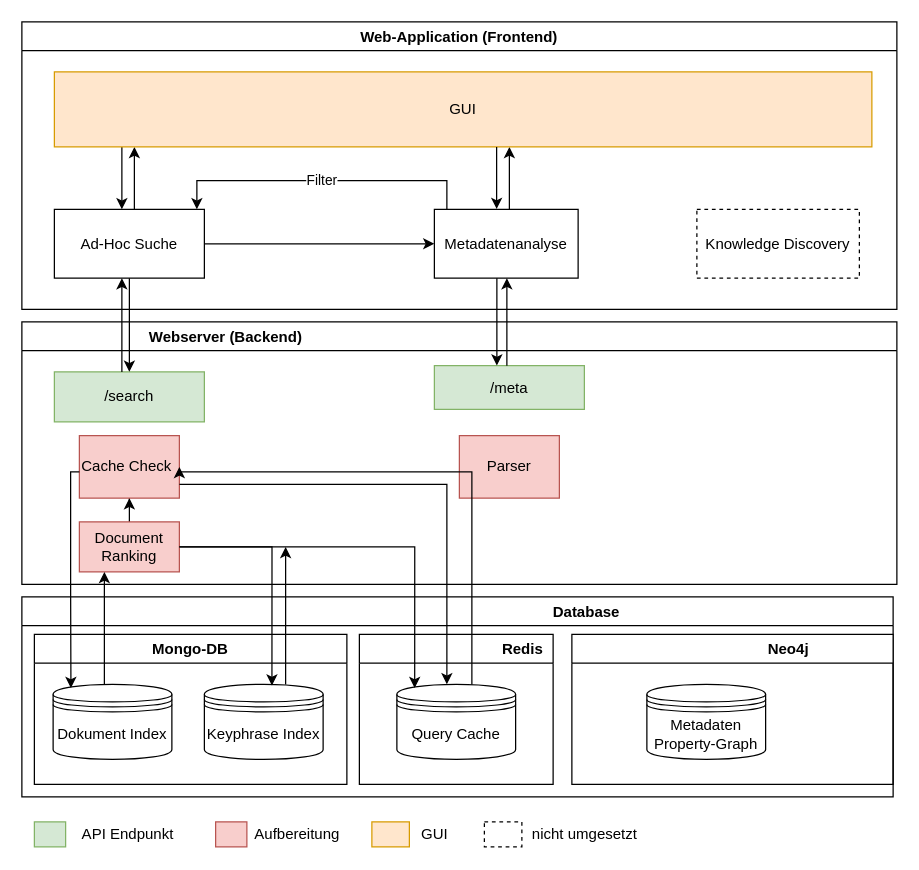
Earlier version of the draw.io diagram doc/search_engine_design.drawio (tobiaskortus/covid19-search). Source tidied: cells renumbered, new cells numbered last; positions are measured from the earlier drawing's top-left corner, leaving out a move shared by most shapes. Both pictures are drawn from the tidied source at 125%, with x=0, y=0 at pixel (21, 21).
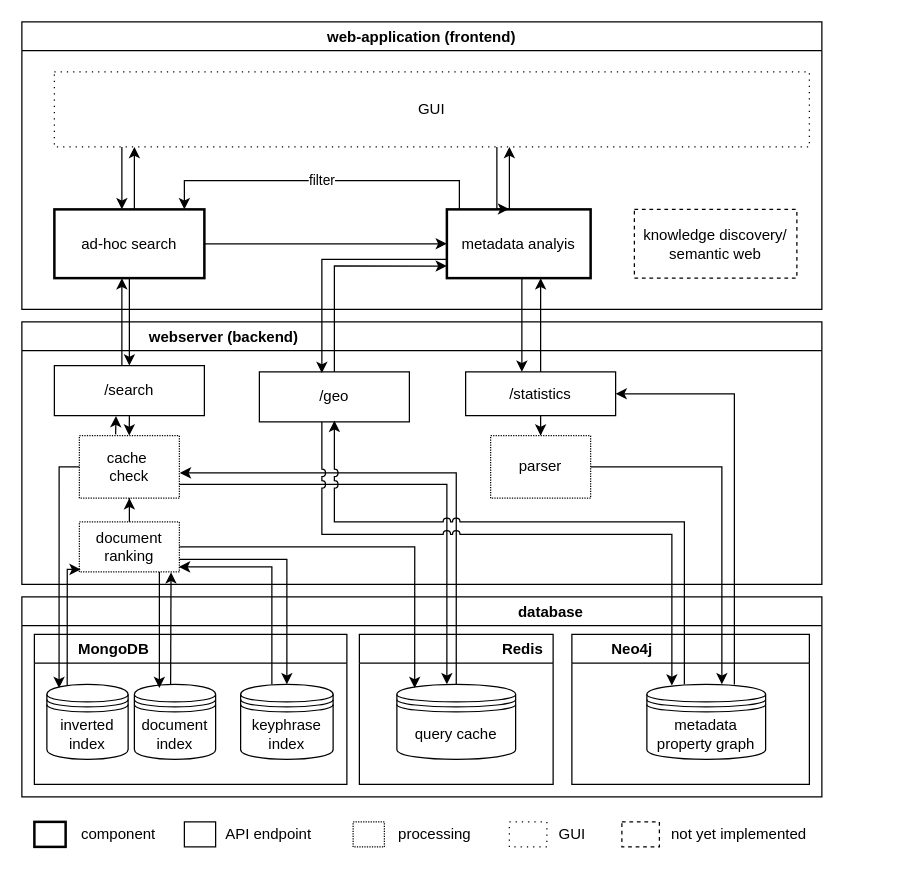
Above is the later version.

Commit message (it also covers changes not shown here):
added architecture to main README.md + updated multiple graphics

The change refers to these unchanged cells:
```xml
<mxCell id="8" value="                                Redis" style="swimlane;" parent="2" vertex="1">
  <mxGeometry x="270" y="30" width="155" height="120" as="geometry" />
</mxCell>
```

Diff of the diagram source:
```diff
@@
-    <mxCell id="2" value="                                                              Database" style="swimlane;" parent="1" vertex="1">
-      <mxGeometry y="460" width="697" height="160" as="geometry" />
+    <mxCell id="2" value="                                                              database" style="swimlane;" parent="1" vertex="1">
+      <mxGeometry y="460" width="640" height="160" as="geometry" />
     </mxCell>
-    <mxCell id="3" value="Mongo-DB" style="swimlane;" parent="2" vertex="1">
+    <mxCell id="3" value="          MongoDB" style="swimlane;align=left;" parent="2" vertex="1">
       <mxGeometry x="10" y="30" width="250" height="120" as="geometry" />
     </mxCell>
-    <mxCell id="4" value="Dokument Index" style="shape=datastore;whiteSpace=wrap;html=1;" parent="3" vertex="1">
-      <mxGeometry x="15" y="40" width="95" height="60" as="geometry" />
+    <mxCell id="4" value="document&lt;br&gt;index" style="shape=datastore;whiteSpace=wrap;html=1;" parent="3" vertex="1">
+      <mxGeometry x="80" y="40" width="65" height="60" as="geometry" />
     </mxCell>
-    <mxCell id="5" value="Keyphrase Index" style="shape=datastore;whiteSpace=wrap;html=1;" parent="3" vertex="1">
-      <mxGeometry x="136" y="40" width="95" height="60" as="geometry" />
+    <mxCell id="5" value="keyphrase&lt;br&gt;index" style="shape=datastore;whiteSpace=wrap;html=1;" parent="3" vertex="1">
+      <mxGeometry x="165" y="40" width="74" height="60" as="geometry" />
     </mxCell>
+    <mxCell id="47" value="inverted&lt;br&gt;index" style="shape=datastore;whiteSpace=wrap;html=1;" parent="3" vertex="1">
+      <mxGeometry x="10" y="40" width="65" height="60" as="geometry" />
+    </mxCell>
-    <mxCell id="6" value="                           Neo4j" style="swimlane;" parent="2" vertex="1">
-      <mxGeometry x="440" y="30" width="257" height="120" as="geometry" />
+    <mxCell id="6" value="         Neo4j" style="swimlane;align=left;" parent="2" vertex="1">
+      <mxGeometry x="440" y="30" width="190" height="120" as="geometry" />
     </mxCell>
-    <mxCell id="7" value="Metadaten Property-Graph" style="shape=datastore;whiteSpace=wrap;html=1;" parent="6" vertex="1">
+    <mxCell id="7" value="metadata property graph" style="shape=datastore;whiteSpace=wrap;html=1;" parent="6" vertex="1">
       <mxGeometry x="60" y="40" width="95" height="60" as="geometry" />
     </mxCell>
@@
-    <mxCell id="9" value="Query Cache" style="shape=datastore;whiteSpace=wrap;html=1;" parent="8" vertex="1">
+    <mxCell id="9" value="query cache" style="shape=datastore;whiteSpace=wrap;html=1;" parent="8" vertex="1">
       <mxGeometry x="30" y="40" width="95" height="60" as="geometry" />
     </mxCell>
-    <mxCell id="10" value="                              Webserver (Backend)" style="swimlane;align=left;" parent="1" vertex="1">
-      <mxGeometry y="240" width="700" height="210" as="geometry" />
+    <mxCell id="10" value="                              webserver (backend)" style="swimlane;align=left;" parent="1" vertex="1">
+      <mxGeometry y="240" width="640" height="210" as="geometry" />
     </mxCell>
@@
-    <mxCell id="12" value="Document Ranking" style="rounded=0;whiteSpace=wrap;html=1;fillColor=#f8cecc;strokeColor=#b85450;" parent="10" vertex="1">
+    <mxCell id="12" value="document&lt;br&gt;ranking" style="rounded=0;whiteSpace=wrap;html=1;dashed=1;dashPattern=1 1;" parent="10" vertex="1">
       <mxGeometry x="46" y="160" width="80" height="40" as="geometry" />
     </mxCell>
-    <mxCell id="13" value="/search" style="rounded=0;whiteSpace=wrap;html=1;fillColor=#d5e8d4;strokeColor=#82b366;" parent="10" vertex="1">
-      <mxGeometry x="26" y="40" width="120" height="40" as="geometry" />
+    <mxCell id="13" value="/search" style="rounded=0;whiteSpace=wrap;html=1;" parent="10" vertex="1">
+      <mxGeometry x="26" y="35" width="120" height="40" as="geometry" />
     </mxCell>
+    <mxCell id="48" style="edgeStyle=orthogonalEdgeStyle;rounded=1;jettySize=auto;html=1;strokeWidth=1;" parent="10" edge="1" source="14" target="16">
+      <mxGeometry relative="1" as="geometry" />
+    </mxCell>
-    <mxCell id="14" value="/meta" style="rounded=0;whiteSpace=wrap;html=1;fillColor=#d5e8d4;strokeColor=#82b366;" parent="10" vertex="1">
-      <mxGeometry x="330" y="35" width="120" height="35" as="geometry" />
+    <mxCell id="14" value="/statistics" style="rounded=0;whiteSpace=wrap;html=1;" parent="10" vertex="1">
+      <mxGeometry x="355" y="40" width="120" height="35" as="geometry" />
     </mxCell>
-    <mxCell id="15" value="Cache Check" style="rounded=0;whiteSpace=wrap;html=1;align=left;fillColor=#f8cecc;strokeColor=#b85450;" parent="10" vertex="1">
+    <mxCell id="15" value="&lt;div style=&quot;&quot;&gt;&lt;span&gt;cache&amp;nbsp;&lt;/span&gt;&lt;/div&gt;check" style="rounded=0;whiteSpace=wrap;html=1;align=center;dashed=1;dashPattern=1 1;" parent="10" vertex="1">
       <mxGeometry x="46" y="91" width="80" height="50" as="geometry" />
     </mxCell>
+    <mxCell id="49" value="/geo" style="rounded=0;whiteSpace=wrap;html=1;" parent="10" vertex="1">
+      <mxGeometry x="190" y="40" width="120" height="40" as="geometry" />
+    </mxCell>
-    <mxCell id="16" value="Parser" style="rounded=0;whiteSpace=wrap;html=1;align=center;fillColor=#f8cecc;strokeColor=#b85450;" parent="10" vertex="1">
-      <mxGeometry x="350" y="91" width="80" height="50" as="geometry" />
+    <mxCell id="16" value="parser" style="rounded=0;whiteSpace=wrap;html=1;align=center;dashed=1;dashPattern=1 1;" parent="10" vertex="1">
+      <mxGeometry x="375" y="91" width="80" height="50" as="geometry" />
     </mxCell>
+    <mxCell id="50" style="endArrow=classic;html=1;strokeWidth=1;exitX=0.5;exitY=1;exitDx=0;exitDy=0;" parent="10" edge="1" source="13">
+      <mxGeometry relative="1" as="geometry">
+        <mxPoint x="85.9" y="91" as="targetPoint" />
+      </mxGeometry>
+    </mxCell>
-    <mxCell id="17" value="Web-Application (Frontend)" style="swimlane;" parent="1" vertex="1">
-      <mxGeometry width="700" height="230" as="geometry" />
+    <mxCell id="17" value="web-application (frontend)" style="swimlane;" parent="1" vertex="1">
+      <mxGeometry width="640" height="230" as="geometry" />
     </mxCell>
@@
-    <mxCell id="20" value="Ad-Hoc Suche" style="rounded=0;whiteSpace=wrap;html=1;" parent="17" vertex="1">
+    <mxCell id="20" value="ad-hoc search" style="rounded=0;whiteSpace=wrap;html=1;strokeWidth=2;" parent="17" vertex="1">
       <mxGeometry x="26" y="150" width="120" height="55" as="geometry" />
     </mxCell>
-    <mxCell id="21" value="Filter" style="edgeStyle=orthogonalEdgeStyle;rounded=0;jettySize=auto;html=1;" parent="17" edge="1" source="23">
+    <mxCell id="21" value="filter" style="edgeStyle=orthogonalEdgeStyle;rounded=0;jettySize=auto;html=1;" parent="17" edge="1" source="23">
       <mxGeometry relative="1" as="geometry">
-        <mxPoint x="140" y="150" as="targetPoint" />
+        <mxPoint x="130" y="150" as="targetPoint" />
         <Array as="points">
-          <mxPoint x="340" y="127" />
-          <mxPoint x="140" y="127" />
+          <mxPoint x="350" y="127" />
+          <mxPoint x="130" y="127" />
+          <mxPoint x="130" y="150" />
         </Array>
       </mxGeometry>
     </mxCell>
@@
-    <mxCell id="23" value="Metadatenanalyse" style="rounded=0;whiteSpace=wrap;html=1;" parent="17" vertex="1">
-      <mxGeometry x="330" y="150" width="115" height="55" as="geometry" />
+    <mxCell id="23" value="metadata analyis" style="rounded=0;whiteSpace=wrap;html=1;strokeWidth=2;" parent="17" vertex="1">
+      <mxGeometry x="340" y="150" width="115" height="55" as="geometry" />
     </mxCell>
-    <mxCell id="24" value="Knowledge Discovery" style="rounded=0;whiteSpace=wrap;html=1;dashed=1;" parent="17" vertex="1">
-      <mxGeometry x="540" y="150" width="130" height="55" as="geometry" />
+    <mxCell id="24" value="knowledge discovery/&lt;br&gt;semantic web" style="rounded=0;whiteSpace=wrap;html=1;dashed=1;" parent="17" vertex="1">
+      <mxGeometry x="490" y="150" width="130" height="55" as="geometry" />
     </mxCell>
@@
-    <mxCell id="26" value="GUI" style="rounded=0;whiteSpace=wrap;html=1;align=center;fillColor=#ffe6cc;strokeColor=#d79b00;" parent="17" vertex="1">
-      <mxGeometry x="26" y="40" width="654" height="60" as="geometry" />
+    <mxCell id="26" value="GUI" style="rounded=0;whiteSpace=wrap;html=1;align=center;dashed=1;dashPattern=1 4;" parent="17" vertex="1">
+      <mxGeometry x="26" y="40" width="604" height="60" as="geometry" />
     </mxCell>
@@
-    <mxCell id="28" style="rounded=0;whiteSpace=wrap;html=1;align=left;fillColor=#d5e8d4;strokeColor=#82b366;" parent="1" vertex="1">
-      <mxGeometry x="10" y="640" width="25" height="20" as="geometry" />
+    <mxCell id="28" style="rounded=0;whiteSpace=wrap;html=1;align=left;" parent="1" vertex="1">
+      <mxGeometry x="130" y="640" width="25" height="20" as="geometry" />
     </mxCell>
-    <mxCell id="29" value="API Endpunkt" style="text;html=1;strokeColor=none;fillColor=none;align=center;verticalAlign=middle;whiteSpace=wrap;rounded=0;" parent="1" vertex="1">
-      <mxGeometry x="35" y="640" width="100" height="20" as="geometry" />
+    <mxCell id="29" value="API endpoint" style="text;html=1;strokeColor=none;fillColor=none;align=center;verticalAlign=middle;whiteSpace=wrap;rounded=0;" parent="1" vertex="1">
+      <mxGeometry x="150" y="640" width="95" height="20" as="geometry" />
     </mxCell>
-    <mxCell id="30" style="rounded=0;whiteSpace=wrap;html=1;align=left;fillColor=#f8cecc;strokeColor=#b85450;" parent="1" vertex="1">
-      <mxGeometry x="155" y="640" width="25" height="20" as="geometry" />
+    <mxCell id="30" style="rounded=0;whiteSpace=wrap;html=1;align=left;dashed=1;dashPattern=1 1;" parent="1" vertex="1">
+      <mxGeometry x="265" y="640" width="25" height="20" as="geometry" />
     </mxCell>
-    <mxCell id="31" value="Aufbereitung" style="text;html=1;align=center;verticalAlign=middle;" parent="1" vertex="1">
-      <mxGeometry x="180" y="640" width="80" height="20" as="geometry" />
+    <mxCell id="31" value="processing" style="text;html=1;align=center;verticalAlign=middle;" parent="1" vertex="1">
+      <mxGeometry x="295" y="640" width="70" height="20" as="geometry" />
     </mxCell>
@@
-    <mxCell id="34" style="edgeStyle=orthogonalEdgeStyle;rounded=0;jettySize=auto;html=1;entryX=1;entryY=0.5;entryDx=0;entryDy=0;" parent="1" edge="1" source="9" target="15">
-      <mxGeometry relative="1" as="geometry">
-        <Array as="points">
-          <mxPoint x="360" y="360" />
-          <mxPoint x="126" y="360" />
-        </Array>
-      </mxGeometry>
-    </mxCell>
-    <mxCell id="35" style="edgeStyle=orthogonalEdgeStyle;rounded=0;jettySize=auto;html=1;entryX=0.569;entryY=0.016;entryDx=0;entryDy=0;entryPerimeter=0;" parent="1" edge="1" source="12" target="5">
-      <mxGeometry relative="1" as="geometry" />
-    </mxCell>
-    <mxCell id="36" style="edgeStyle=orthogonalEdgeStyle;rounded=0;jettySize=auto;html=1;exitX=0.681;exitY=0;exitDx=0;exitDy=0;exitPerimeter=0;" parent="1" edge="1" source="5">
-      <mxGeometry relative="1" as="geometry">
-        <mxPoint x="211" y="420" as="targetPoint" />
-        <Array as="points">
-          <mxPoint x="211" y="420" />
-        </Array>
-      </mxGeometry>
-    </mxCell>
-    <mxCell id="37" style="edgeStyle=orthogonalEdgeStyle;rounded=0;jettySize=auto;html=1;entryX=0.15;entryY=0.05;entryDx=0;entryDy=0;entryPerimeter=0;" parent="1" edge="1" source="15" target="4">
-      <mxGeometry relative="1" as="geometry">
-        <Array as="points">
-          <mxPoint x="39" y="360" />
-          <mxPoint x="39" y="455" />
-        </Array>
-      </mxGeometry>
-    </mxCell>
-    <mxCell id="38" style="edgeStyle=orthogonalEdgeStyle;rounded=0;jettySize=auto;html=1;entryX=0.25;entryY=1;entryDx=0;entryDy=0;" parent="1" edge="1" source="4" target="12">
-      <mxGeometry relative="1" as="geometry">
-        <Array as="points">
-          <mxPoint x="66" y="500" />
-          <mxPoint x="66" y="500" />
-        </Array>
-      </mxGeometry>
-    </mxCell>
-    <mxCell id="39" style="rounded=0;whiteSpace=wrap;html=1;align=center;fillColor=#ffe6cc;strokeColor=#d79b00;" parent="1" vertex="1">
-      <mxGeometry x="280" y="640" width="30" height="20" as="geometry" />
+    <mxCell id="39" style="rounded=0;whiteSpace=wrap;html=1;align=center;dashed=1;dashPattern=1 4;" parent="1" vertex="1">
+      <mxGeometry x="390" y="640" width="30" height="20" as="geometry" />
     </mxCell>
     <mxCell id="40" value="GUI" style="text;html=1;align=center;verticalAlign=middle;" parent="1" vertex="1">
-      <mxGeometry x="310" y="640" width="40" height="20" as="geometry" />
+      <mxGeometry x="420" y="640" width="40" height="20" as="geometry" />
     </mxCell>
     <mxCell id="41" style="rounded=0;whiteSpace=wrap;html=1;dashed=1;" parent="1" vertex="1">
-      <mxGeometry x="370" y="640" width="30" height="20" as="geometry" />
+      <mxGeometry x="480" y="640" width="30" height="20" as="geometry" />
     </mxCell>
-    <mxCell id="42" value="nicht umgesetzt" style="text;html=1;align=center;verticalAlign=middle;" parent="1" vertex="1">
-      <mxGeometry x="400" y="640" width="100" height="20" as="geometry" />
+    <mxCell id="42" value="not yet implemented&amp;nbsp;" style="text;html=1;align=center;verticalAlign=middle;" parent="1" vertex="1">
+      <mxGeometry x="510" y="640" width="130" height="20" as="geometry" />
     </mxCell>
     <mxCell id="43" style="edgeStyle=orthogonalEdgeStyle;rounded=0;jettySize=auto;html=1;" parent="1" edge="1" source="23" target="14">
       <mxGeometry relative="1" as="geometry">
         <Array as="points">
-          <mxPoint x="380" y="220" />
-          <mxPoint x="380" y="220" />
+          <mxPoint x="400" y="250" />
+          <mxPoint x="400" y="250" />
         </Array>
       </mxGeometry>
     </mxCell>
     <mxCell id="44" style="edgeStyle=orthogonalEdgeStyle;rounded=0;jettySize=auto;html=1;" parent="1" edge="1" source="14" target="23">
       <mxGeometry relative="1" as="geometry">
         <Array as="points">
-          <mxPoint x="388" y="260" />
-          <mxPoint x="388" y="260" />
+          <mxPoint x="415" y="220" />
+          <mxPoint x="415" y="220" />
         </Array>
       </mxGeometry>
     </mxCell>
@@
+    <mxCell id="51" style="edgeStyle=orthogonalEdgeStyle;rounded=0;jettySize=auto;html=1;strokeWidth=1;" parent="1" edge="1" source="16" target="7">
+      <mxGeometry relative="1" as="geometry">
+        <Array as="points">
+          <mxPoint x="560" y="356" />
+        </Array>
+      </mxGeometry>
+    </mxCell>
+    <mxCell id="52" style="edgeStyle=orthogonalEdgeStyle;rounded=0;jettySize=auto;html=1;entryX=1;entryY=0.5;entryDx=0;entryDy=0;strokeWidth=1;" parent="1" edge="1" source="7" target="14">
+      <mxGeometry relative="1" as="geometry">
+        <Array as="points">
+          <mxPoint x="570" y="297" />
+        </Array>
+      </mxGeometry>
+    </mxCell>
+    <mxCell id="34" style="edgeStyle=orthogonalEdgeStyle;rounded=0;jettySize=auto;html=1;entryX=1.005;entryY=0.596;entryDx=0;entryDy=0;entryPerimeter=0;" parent="1" edge="1" source="9" target="15">
+      <mxGeometry relative="1" as="geometry">
+        <Array as="points">
+          <mxPoint x="348" y="361" />
+          <mxPoint x="126" y="361" />
+        </Array>
+      </mxGeometry>
+    </mxCell>
+    <mxCell id="53" style="edgeStyle=orthogonalEdgeStyle;rounded=0;jettySize=auto;html=1;strokeWidth=1;jumpStyle=arc;" parent="1" edge="1" source="49">
+      <mxGeometry relative="1" as="geometry">
+        <mxPoint x="520" y="531" as="targetPoint" />
+        <Array as="points">
+          <mxPoint x="240" y="410" />
+          <mxPoint x="520" y="410" />
+        </Array>
+      </mxGeometry>
+    </mxCell>
+    <mxCell id="54" style="edgeStyle=orthogonalEdgeStyle;rounded=0;jettySize=auto;html=1;strokeWidth=1;jumpStyle=arc;" parent="1" edge="1" source="7">
+      <mxGeometry relative="1" as="geometry">
+        <mxPoint x="250" y="319" as="targetPoint" />
+        <Array as="points">
+          <mxPoint x="530" y="400" />
+          <mxPoint x="250" y="400" />
+        </Array>
+      </mxGeometry>
+    </mxCell>
+    <mxCell id="55" style="endArrow=classic;html=1;strokeWidth=1;entryX=0.411;entryY=1.009;entryDx=0;entryDy=0;entryPerimeter=0;" parent="1" edge="1" target="13">
+      <mxGeometry relative="1" as="geometry">
+        <mxPoint x="75" y="330" as="sourcePoint" />
+      </mxGeometry>
+    </mxCell>
+    <mxCell id="56" style="edgeStyle=orthogonalEdgeStyle;rounded=0;jumpStyle=arc;jettySize=auto;html=1;strokeWidth=1;" parent="1" edge="1" source="23">
+      <mxGeometry relative="1" as="geometry">
+        <mxPoint x="240" y="281" as="targetPoint" />
+        <Array as="points">
+          <mxPoint x="240" y="190" />
+          <mxPoint x="240" y="281" />
+        </Array>
+      </mxGeometry>
+    </mxCell>
+    <mxCell id="57" style="edgeStyle=orthogonalEdgeStyle;rounded=0;jumpStyle=arc;jettySize=auto;html=1;entryX=0;entryY=0.824;entryDx=0;entryDy=0;entryPerimeter=0;strokeWidth=1;" parent="1" edge="1" source="49" target="23">
+      <mxGeometry relative="1" as="geometry">
+        <Array as="points">
+          <mxPoint x="250" y="195" />
+        </Array>
+      </mxGeometry>
+    </mxCell>
+    <mxCell id="58" style="edgeStyle=orthogonalEdgeStyle;rounded=0;jumpStyle=arc;jettySize=auto;html=1;entryX=0.15;entryY=0.05;entryDx=0;entryDy=0;entryPerimeter=0;strokeWidth=1;" parent="1" edge="1" source="15" target="47">
+      <mxGeometry relative="1" as="geometry">
+        <Array as="points">
+          <mxPoint x="30" y="356" />
+          <mxPoint x="30" y="533" />
+        </Array>
+      </mxGeometry>
+    </mxCell>
+    <mxCell id="59" style="edgeStyle=orthogonalEdgeStyle;rounded=0;jumpStyle=arc;jettySize=auto;html=1;entryX=0.013;entryY=0.95;entryDx=0;entryDy=0;entryPerimeter=0;strokeWidth=1;exitX=0.25;exitY=0.014;exitDx=0;exitDy=0;exitPerimeter=0;" parent="1" edge="1" source="47" target="12">
+      <mxGeometry relative="1" as="geometry">
+        <Array as="points">
+          <mxPoint x="36" y="438" />
+        </Array>
+      </mxGeometry>
+    </mxCell>
+    <mxCell id="60" style="edgeStyle=orthogonalEdgeStyle;rounded=0;jumpStyle=arc;jettySize=auto;html=1;strokeWidth=1;" parent="1" edge="1" source="12">
+      <mxGeometry relative="1" as="geometry">
+        <mxPoint x="110" y="533" as="targetPoint" />
+        <Array as="points">
+          <mxPoint x="110" y="533" />
+        </Array>
+      </mxGeometry>
+    </mxCell>
+    <mxCell id="35" style="edgeStyle=orthogonalEdgeStyle;rounded=0;jumpStyle=arc;jettySize=auto;html=1;strokeWidth=1;" parent="1" edge="1" source="12" target="5">
+      <mxGeometry relative="1" as="geometry">
+        <Array as="points">
+          <mxPoint x="212" y="430" />
+        </Array>
+      </mxGeometry>
+    </mxCell>
+    <mxCell id="38" style="edgeStyle=orthogonalEdgeStyle;rounded=0;jumpStyle=arc;jettySize=auto;html=1;entryX=0.917;entryY=1.008;entryDx=0;entryDy=0;entryPerimeter=0;strokeWidth=1;" parent="1" edge="1" source="4" target="12">
+      <mxGeometry relative="1" as="geometry">
+        <Array as="points">
+          <mxPoint x="119" y="485" />
+          <mxPoint x="119" y="485" />
+        </Array>
+      </mxGeometry>
+    </mxCell>
+    <mxCell id="61" style="edgeStyle=orthogonalEdgeStyle;rounded=0;jumpStyle=arc;jettySize=auto;html=1;strokeWidth=1;entryX=0.996;entryY=0.9;entryDx=0;entryDy=0;entryPerimeter=0;" parent="1" edge="1" source="5" target="12">
+      <mxGeometry relative="1" as="geometry">
+        <Array as="points">
+          <mxPoint x="200" y="436" />
+        </Array>
+      </mxGeometry>
+    </mxCell>
+    <mxCell id="62" style="rounded=0;whiteSpace=wrap;html=1;align=left;strokeWidth=2;" parent="1" vertex="1">
+      <mxGeometry x="10" y="640" width="25" height="20" as="geometry" />
+    </mxCell>
+    <mxCell id="63" value="component" style="text;html=1;strokeColor=none;fillColor=none;align=center;verticalAlign=middle;whiteSpace=wrap;rounded=0;" parent="1" vertex="1">
+      <mxGeometry x="30" y="640" width="95" height="20" as="geometry" />
+    </mxCell>
```
